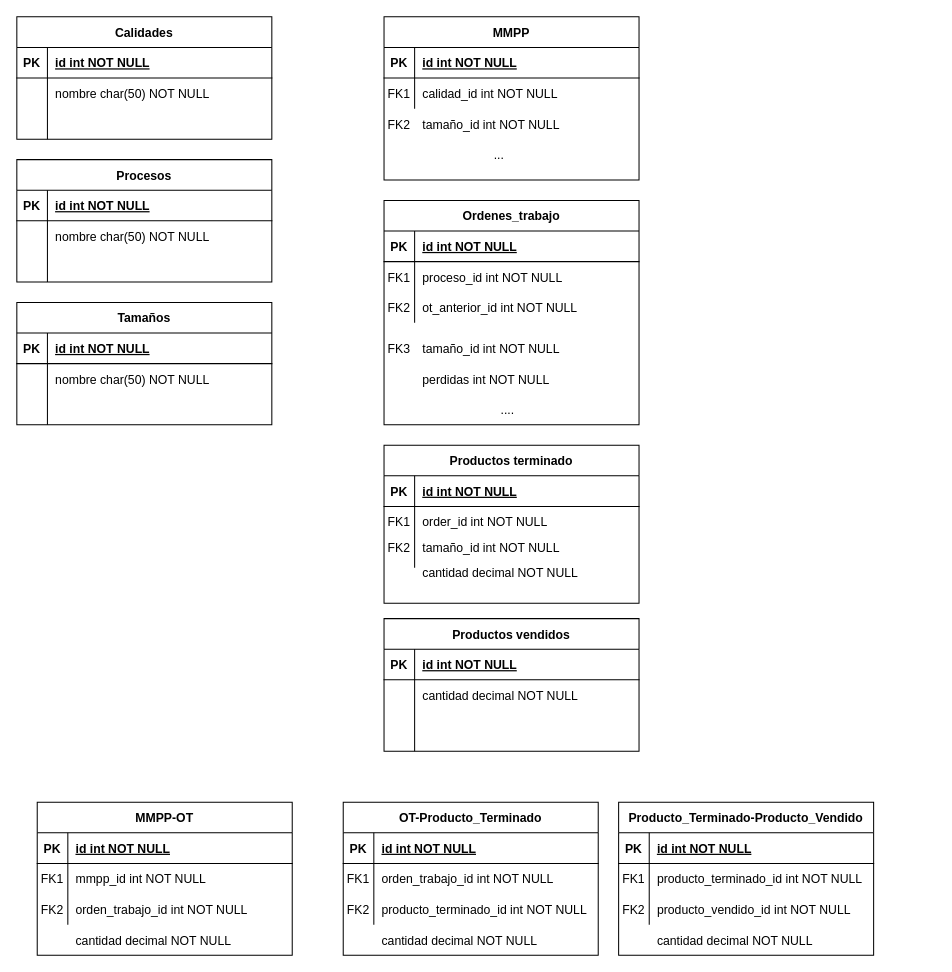
idcetim/diagramasFerroglobe keeps this draw.io diagram as Diagrama sin título.drawio. Above is the earlier version. Source tidied: cells renumbered, new cells numbered last; positions are measured from the earlier drawing's top-left corner, leaving out a move shared by most shapes. Both pictures are drawn from the tidied source at 102%, with x=0, y=0 at pixel (16, 16).
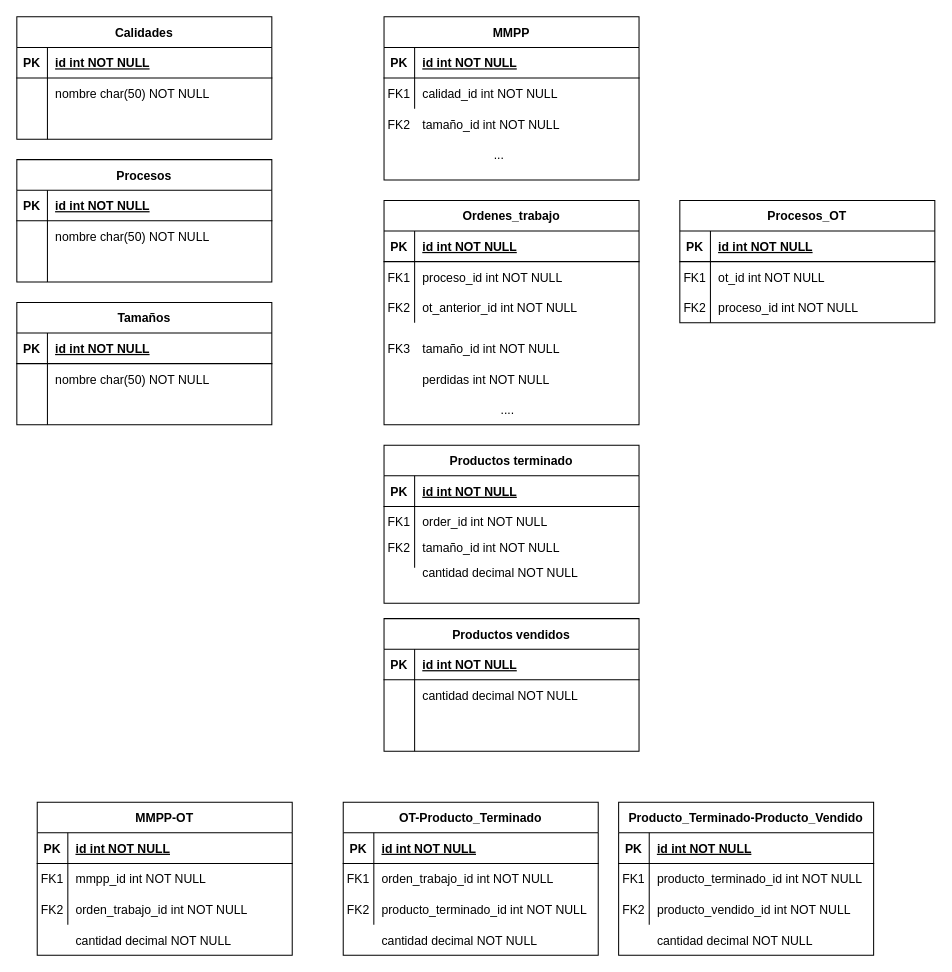
After the change.

Commit message:
Añadir procesos ot.drawio

What changed in the source:
```diff
@@
+    <mxCell id="115" value="Procesos_OT" style="shape=table;startSize=30;childLayout=tableLayout;rowLines=0;fontStyle=1;align=center;" parent="1" vertex="1">
+      <mxGeometry x="650" y="180" width="250" height="120" as="geometry" />
+    </mxCell>
+    <mxCell id="116" style="shape=partialRectangle;fillColor=none;top=0;left=0;right=0;bottom=1;" parent="115" vertex="1">
+      <mxGeometry y="30" width="250" height="30" as="geometry" />
+    </mxCell>
+    <mxCell id="117" value="PK" style="shape=partialRectangle;overflow=hidden;fillColor=none;top=0;left=0;bottom=0;right=0;fontStyle=1;" parent="116" vertex="1">
+      <mxGeometry width="30" height="30" as="geometry" />
+    </mxCell>
+    <mxCell id="118" value="id int NOT NULL " style="shape=partialRectangle;overflow=hidden;fillColor=none;top=0;left=0;bottom=0;right=0;align=left;spacingLeft=6;fontStyle=5;" parent="116" vertex="1">
+      <mxGeometry x="30" width="220" height="30" as="geometry" />
+    </mxCell>
+    <mxCell id="119" style="shape=partialRectangle;fillColor=none;top=0;left=0;right=0;bottom=0;" parent="115" vertex="1">
+      <mxGeometry y="60" width="250" height="30" as="geometry" />
+    </mxCell>
+    <mxCell id="120" value="FK1" style="shape=partialRectangle;overflow=hidden;fillColor=none;top=0;left=0;bottom=0;right=0;" parent="119" vertex="1">
+      <mxGeometry width="30" height="30" as="geometry" />
+    </mxCell>
+    <mxCell id="121" value="ot_id int NOT NULL" style="shape=partialRectangle;overflow=hidden;fillColor=none;top=0;left=0;bottom=0;right=0;align=left;spacingLeft=6;" parent="119" vertex="1">
+      <mxGeometry x="30" width="220" height="30" as="geometry" />
+    </mxCell>
+    <mxCell id="122" style="shape=partialRectangle;fillColor=none;top=0;left=0;right=0;bottom=0;" parent="115" vertex="1">
+      <mxGeometry y="90" width="250" height="30" as="geometry" />
+    </mxCell>
+    <mxCell id="123" value="FK2" style="shape=partialRectangle;overflow=hidden;fillColor=none;top=0;left=0;bottom=0;right=0;" parent="122" vertex="1">
+      <mxGeometry width="30" height="30" as="geometry" />
+    </mxCell>
+    <mxCell id="124" value="proceso_id int NOT NULL" style="shape=partialRectangle;overflow=hidden;fillColor=none;top=0;left=0;bottom=0;right=0;align=left;spacingLeft=6;" parent="122" vertex="1">
+      <mxGeometry x="30" width="220" height="30" as="geometry" />
+    </mxCell>
```
